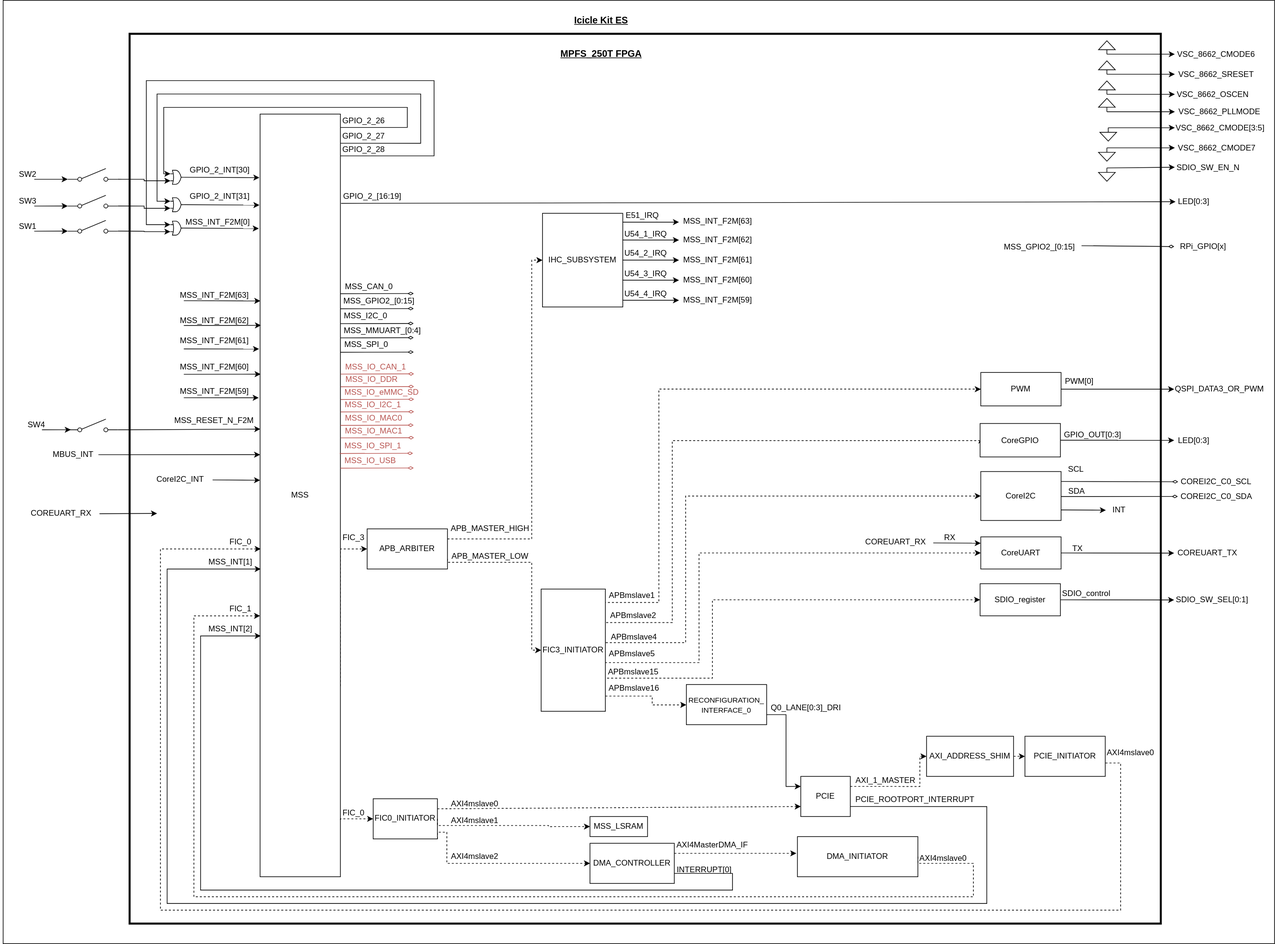
The draw.io diagram diagrams/block_diagram.svg in polarfire-soc/icicle-kit-reference-design, before a commit. Source tidied: cells renumbered, new cells last; positions are measured from the earlier drawing's top-left corner, leaving out a move shared by most shapes.
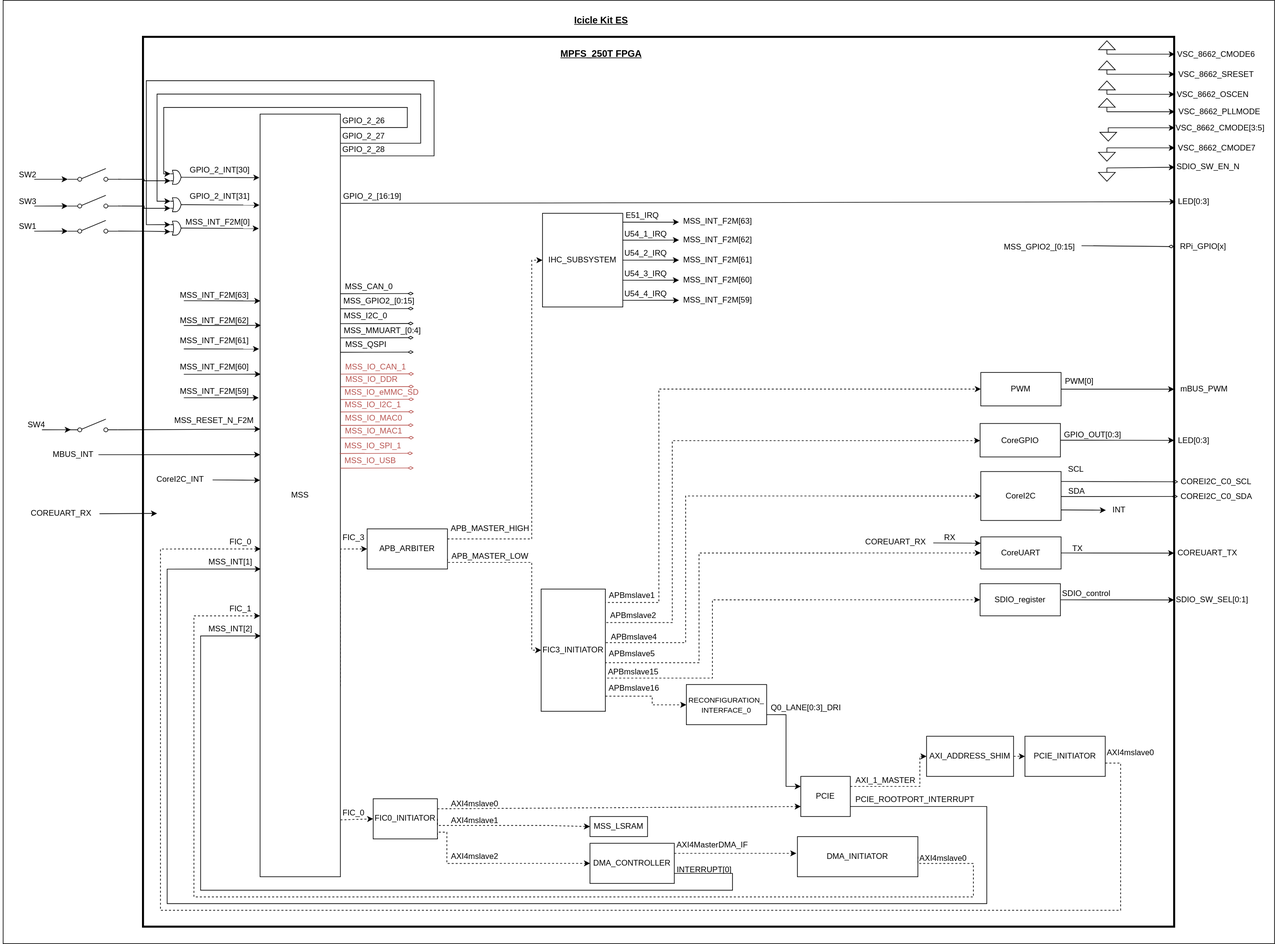
After the commit.

Commit message:
Updated block diagram

Removed SPI0 and added QSPI to the diagram

What changed in the source:
```diff
@@ -6,7 +6,7 @@
       <mxGeometry x="4" width="1900" height="1410" as="geometry" />
     </mxCell>
     <mxCell id="3" style="rounded=0;whiteSpace=wrap;html=1;strokeWidth=3;" parent="1" vertex="1">
-      <mxGeometry x="193" y="50" width="1541" height="1330" as="geometry" />
+      <mxGeometry x="213" y="54.6" width="1541" height="1330" as="geometry" />
     </mxCell>
     <mxCell id="4" style="edgeStyle=orthogonalEdgeStyle;rounded=0;jettySize=auto;html=1;entryX=0;entryY=0.25;entryDx=0;entryDy=0;entryPerimeter=0;" parent="1" edge="1" source="8" target="57">
       <mxGeometry relative="1" as="geometry">
@@ -568,8 +568,8 @@
         <mxPoint x="617.4" y="525.8" as="targetPoint" />
       </mxGeometry>
     </mxCell>
-    <mxCell id="133" value="MSS_SPI_0" style="text;html=1;strokeColor=none;fillColor=none;align=center;verticalAlign=middle;whiteSpace=wrap;rounded=0;" parent="1" vertex="1">
-      <mxGeometry x="509" y="504.5" width="76" height="21.2" as="geometry" />
+    <mxCell id="133" value="MSS_QSPI" style="text;html=1;strokeColor=none;fillColor=none;align=center;verticalAlign=middle;whiteSpace=wrap;rounded=0;" parent="1" vertex="1">
+      <mxGeometry x="509" y="504.5" width="75" height="21.2" as="geometry" />
     </mxCell>
     <mxCell id="134" style="edgeStyle=none;rounded=0;orthogonalLoop=1;jettySize=auto;html=1;exitX=0.008;exitY=0.952;exitDx=0;exitDy=0;exitPerimeter=0;endArrow=diamondThin;endFill=0;fillColor=#f8cecc;" parent="1" edge="1">
       <mxGeometry relative="1" as="geometry">
@@ -766,8 +766,8 @@
     <mxCell id="174" value="LED[0:3]" style="text;html=1;strokeColor=none;fillColor=none;align=center;verticalAlign=middle;whiteSpace=wrap;rounded=0;" parent="1" vertex="1">
       <mxGeometry x="1754" y="647.8" width="59" height="20" as="geometry" />
     </mxCell>
-    <mxCell id="175" value="QSPI_DATA3_OR_PWM" style="text;html=1;strokeColor=none;fillColor=none;align=center;verticalAlign=middle;whiteSpace=wrap;rounded=0;" parent="1" vertex="1">
-      <mxGeometry x="1754" y="571.3" width="136" height="20" as="geometry" />
+    <mxCell id="175" value="mBUS_PWM" style="text;html=1;strokeColor=none;fillColor=none;align=center;verticalAlign=middle;whiteSpace=wrap;rounded=0;" parent="1" vertex="1">
+      <mxGeometry x="1754" y="571.2" width="90" height="20" as="geometry" />
     </mxCell>
     <mxCell id="176" style="edgeStyle=none;rounded=0;jettySize=auto;html=1;exitX=0.008;exitY=0.952;exitDx=0;exitDy=0;exitPerimeter=0;endArrow=diamondThin;endFill=0;fillColor=#f8cecc;entryX=0;entryY=0.5;entryDx=0;entryDy=0;" parent="1" edge="1" target="191">
       <mxGeometry relative="1" as="geometry">
```
